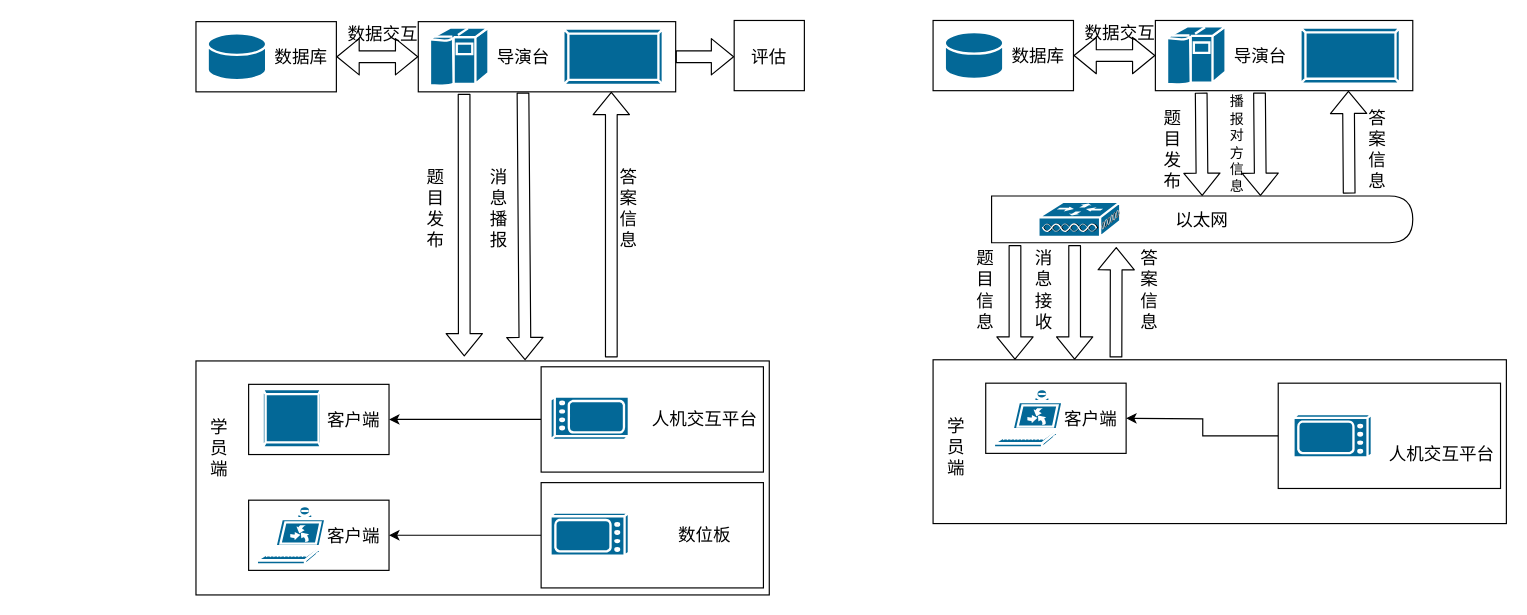
Above: ZD航海演训流程.drawio in secondhand1/secondhand1 (draw.io), before the change. Source tidied: cells renumbered, new cells numbered last; positions are measured from the earlier drawing's top-left corner, leaving out a move shared by most shapes. Both pictures are drawn from the tidied source at 117%, with x=0, y=0 at pixel (195, 20).
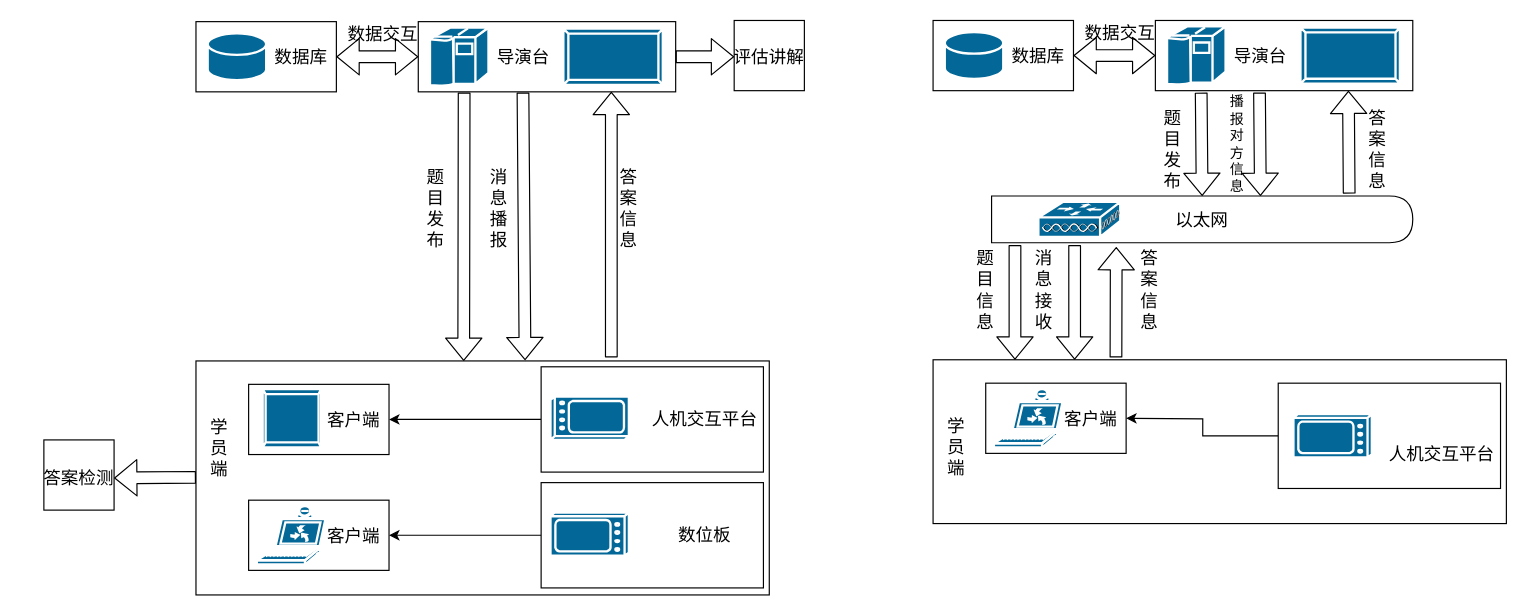
Above is the later version.

Commit message (it also covers changes not shown here):
Update ZD航海演训流程.drawio

The change refers to these unchanged cells:
```xml
<mxCell id="2" style="rounded=0;whiteSpace=wrap;html=1;" parent="1" vertex="1">
  <mxGeometry x="190" y="1" width="220" height="60" as="geometry" />
</mxCell>
<mxCell id="14" style="rounded=0;whiteSpace=wrap;html=1;" parent="1" vertex="1">
  <mxGeometry y="291" width="490" height="200" as="geometry" />
</mxCell>
```

Change to the diagram source:
```diff
@@
-    <mxCell id="11" style="shape=flexArrow;endArrow=classic;html=1;fontSize=15;entryX=0.468;entryY=-0.019;entryDx=0;entryDy=0;exitX=0.178;exitY=1.027;exitDx=0;exitDy=0;exitPerimeter=0;entryPerimeter=0;" parent="1" edge="1" source="2" target="14">
-      <mxGeometry relative="1" as="geometry" />
+    <mxCell id="11" style="shape=flexArrow;endArrow=classic;html=1;fontSize=15;exitX=0.178;exitY=1.027;exitDx=0;exitDy=0;exitPerimeter=0;entryX=0.467;entryY=0;entryDx=0;entryDy=0;entryPerimeter=0;" parent="1" edge="1" target="14">
+      <mxGeometry relative="1" as="geometry">
+        <mxPoint x="229.2" y="61.6" as="sourcePoint" />
+      </mxGeometry>
     </mxCell>
@@
-    <mxCell id="56" value="&lt;font style=&quot;vertical-align: inherit ; font-size: 15px&quot;&gt;&lt;font style=&quot;vertical-align: inherit ; font-size: 15px&quot;&gt;评估&lt;/font&gt;&lt;/font&gt;" style="text;html=1;strokeColor=none;fillColor=none;align=center;verticalAlign=middle;whiteSpace=wrap;rounded=0;fontSize=15;" parent="1" vertex="1">
+    <mxCell id="56" value="评估讲解" style="text;html=1;strokeColor=none;fillColor=none;align=center;verticalAlign=middle;whiteSpace=wrap;rounded=0;fontSize=15;" parent="1" vertex="1">
       <mxGeometry x="440" y="21" width="100" height="20" as="geometry" />
     </mxCell>
@@
+    <mxCell id="69" style="rounded=0;whiteSpace=wrap;html=1;" parent="1" vertex="1">
+      <mxGeometry x="-130" y="358.5" width="60" height="60" as="geometry" />
+    </mxCell>
+    <mxCell id="70" style="shape=flexArrow;endArrow=classic;html=1;fontSize=15;exitX=1;exitY=0.5;exitDx=0;exitDy=0;" parent="1" edge="1">
+      <mxGeometry relative="1" as="geometry">
+        <mxPoint y="390.5" as="sourcePoint" />
+        <mxPoint x="-70" y="391" as="targetPoint" />
+      </mxGeometry>
+    </mxCell>
+    <mxCell id="71" value="&lt;font style=&quot;vertical-align: inherit ; font-size: 15px&quot;&gt;&lt;font style=&quot;vertical-align: inherit ; font-size: 15px&quot;&gt;答案检测&lt;/font&gt;&lt;/font&gt;" style="text;html=1;strokeColor=none;fillColor=none;align=center;verticalAlign=middle;whiteSpace=wrap;rounded=0;fontSize=15;" parent="1" vertex="1">
+      <mxGeometry x="-150" y="381" width="100" height="20" as="geometry" />
+    </mxCell>
```
